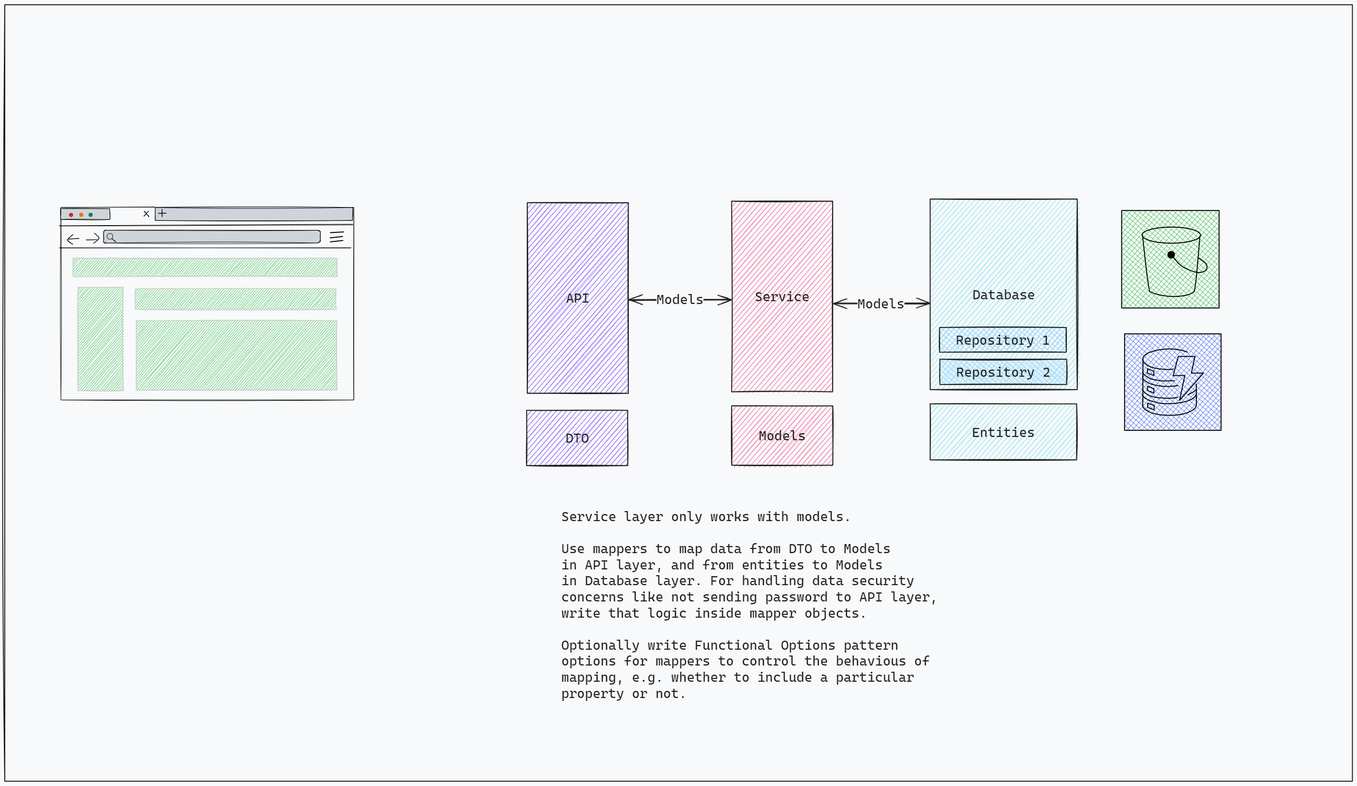
The Excalidraw diagram lld.excalidraw.png in AdityaMayukhSom/omnistream-pipeline, before a commit. Source tidied: one line per element, renumbered; positions are measured from the earlier drawing's top-left corner, leaving out a move shared by most shapes.
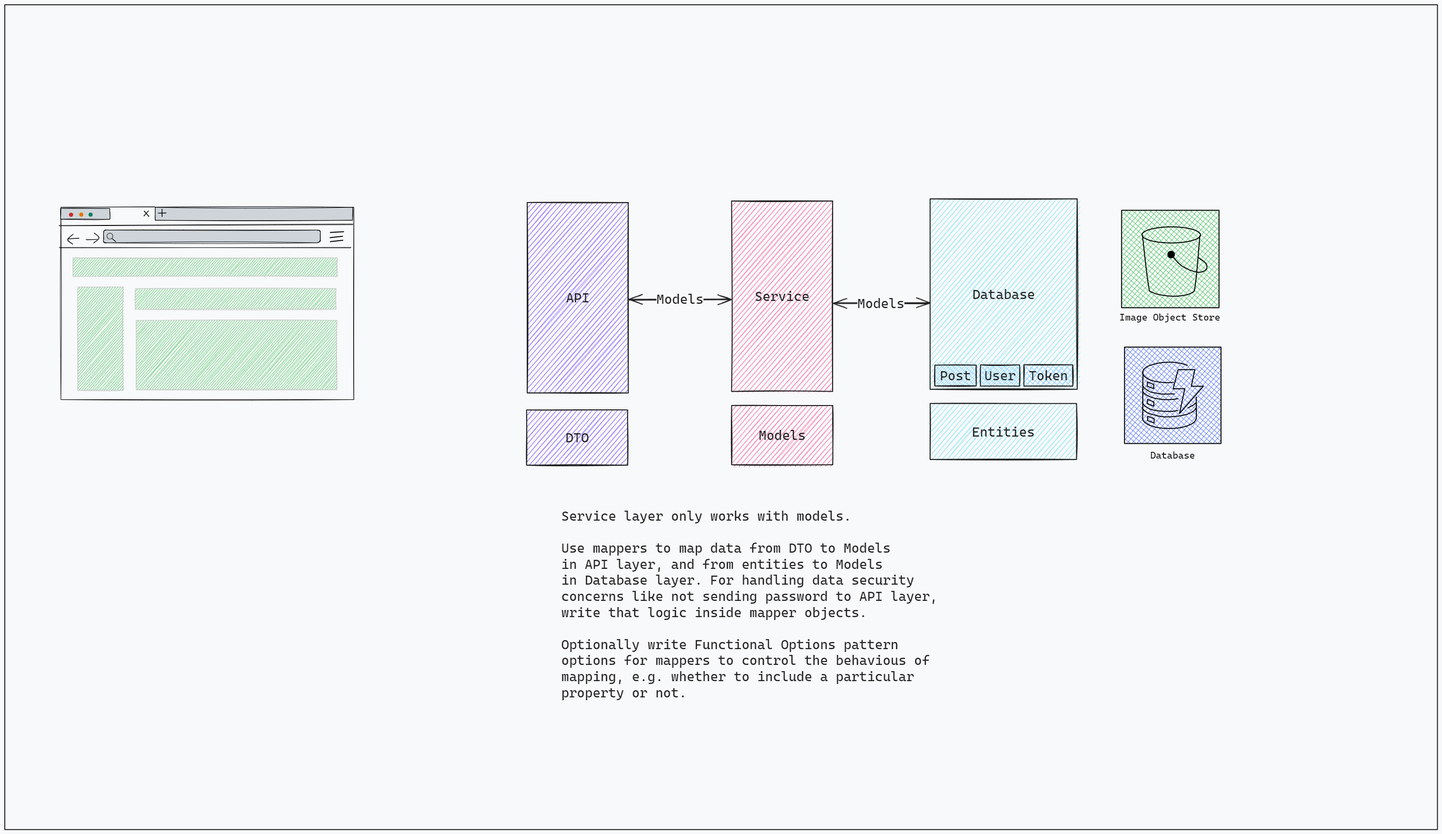
After the commit.

Commit message:
ADD - names of services

What changed in the source:
```diff
@@ -29,20 +29,20 @@
 {"id": 28, "type": "line", "strokeColor": "#000000", "strokeWidth": 2, "roughness": 0, "round": true, "x": 2380, "y": 483, "width": 120, "height": 127, "points": [[0, 0], [12, 101], [21, 119], [64, 127], [102, 120], [111, 100], [120, 0]]}
 {"id": 29, "type": "ellipse", "strokeColor": "#000000", "backgroundColor": "#000", "fillStyle": "solid", "strokeWidth": 1, "roughness": 0, "round": true, "x": 2433, "y": 516, "width": 15, "height": 15}
 {"id": 30, "type": "line", "strokeColor": "#000000", "backgroundColor": "#000", "fillStyle": "solid", "strokeWidth": 2, "roughness": 0, "round": true, "x": 2441, "y": 524, "width": 73, "height": 36, "points": [[0, 0], [22, 23], [53, 36], [72, 32], [73, 18], [56, 6]]}
-{"id": 31, "type": "rectangle", "strokeColor": "#000000", "backgroundColor": "#4c6ef588", "fillStyle": "cross-hatch", "strokeWidth": 2, "roughness": 0, "x": 2343, "y": 688, "width": 202, "height": 202}
+{"id": 31, "type": "rectangle", "strokeColor": "#000000", "backgroundColor": "#4c6ef588", "fillStyle": "cross-hatch", "strokeWidth": 2, "roughness": 0, "x": 2343, "y": 717, "width": 202, "height": 202}
-{"id": 32, "type": "line", "strokeColor": "#000000", "strokeWidth": 2, "roughness": 0, "x": 2455, "y": 736, "width": 63, "height": 92, "points": [[0, 0], [35, 0], [28, 35], [53, 35], [3, 92], [14, 40], [-10, 40], [0, 0]]}
+{"id": 32, "type": "line", "strokeColor": "#000000", "strokeWidth": 2, "roughness": 0, "x": 2455, "y": 764, "width": 63, "height": 92, "points": [[0, 0], [35, 0], [28, 35], [53, 35], [3, 92], [14, 40], [-10, 40], [0, 0]]}
-{"id": 33, "type": "line", "strokeColor": "#000000", "strokeWidth": 2, "roughness": 0, "round": true, "x": 2474, "y": 726, "width": 93, "height": 43, "points": [[0, 0], [-15, -4], [-35, -6], [-60, -4], [-80, 1], [-88, 6], [-92, 11], [-93, 17], [-90, 23], [-81, 30], [-68, 34], [-55, 36], [-41, 37], [-29, 36]]}
+{"id": 33, "type": "line", "strokeColor": "#000000", "strokeWidth": 2, "roughness": 0, "round": true, "x": 2474, "y": 755, "width": 93, "height": 43, "points": [[0, 0], [-15, -4], [-35, -6], [-60, -4], [-80, 1], [-88, 6], [-92, 11], [-93, 17], [-90, 23], [-81, 30], [-68, 34], [-55, 36], [-41, 37], [-29, 36]]}
-{"id": 34, "type": "line", "strokeColor": "#000000", "strokeWidth": 2, "roughness": 0, "round": true, "x": 2381, "y": 741, "width": 0, "height": 98, "points": [[0, 0], [0, 98]]}
+{"id": 34, "type": "line", "strokeColor": "#000000", "strokeWidth": 2, "roughness": 0, "round": true, "x": 2381, "y": 769, "width": 0, "height": 98, "points": [[0, 0], [0, 98]]}
-{"id": 35, "type": "line", "strokeColor": "#000000", "strokeWidth": 2, "roughness": 0, "round": true, "x": 2380, "y": 837, "width": 113, "height": 21, "points": [[0, 0], [1, 5], [6, 10], [14, 15], [26, 19], [39, 21], [55, 21], [72, 21], [86, 18], [100, 14], [109, 8], [113, 1]]}
+{"id": 35, "type": "line", "strokeColor": "#000000", "strokeWidth": 2, "roughness": 0, "round": true, "x": 2380, "y": 865, "width": 113, "height": 21, "points": [[0, 0], [1, 5], [6, 10], [14, 15], [26, 19], [39, 21], [55, 21], [72, 21], [86, 18], [100, 14], [109, 8], [113, 1]]}
-{"id": 36, "type": "line", "strokeColor": "#000000", "strokeWidth": 2, "roughness": 0, "round": true, "x": 2493, "y": 838, "width": 0, "height": 45, "points": [[0, 0], [0, -45]]}
+{"id": 36, "type": "line", "strokeColor": "#000000", "strokeWidth": 2, "roughness": 0, "round": true, "x": 2493, "y": 866, "width": 0, "height": 45, "points": [[0, 0], [0, -45]]}
-{"id": 37, "type": "line", "strokeColor": "#000000", "strokeWidth": 2, "roughness": 0, "round": true, "x": 2381, "y": 767, "width": 66, "height": 20, "points": [[0, 0], [2, 5], [8, 11], [18, 16], [28, 18], [40, 20], [55, 20], [66, 20]]}
+{"id": 37, "type": "line", "strokeColor": "#000000", "strokeWidth": 2, "roughness": 0, "round": true, "x": 2381, "y": 795, "width": 66, "height": 20, "points": [[0, 0], [2, 5], [8, 11], [18, 16], [28, 18], [40, 20], [55, 20], [66, 20]]}
-{"id": 38, "type": "line", "strokeColor": "#000000", "strokeWidth": 2, "roughness": 0, "round": true, "x": 2380, "y": 777, "width": 75, "height": 21, "points": [[0, 0], [1, 5], [7, 11], [18, 16], [32, 20], [48, 21], [64, 21], [75, 19]]}
+{"id": 38, "type": "line", "strokeColor": "#000000", "strokeWidth": 2, "roughness": 0, "round": true, "x": 2380, "y": 805, "width": 75, "height": 21, "points": [[0, 0], [1, 5], [7, 11], [18, 16], [32, 20], [48, 21], [64, 21], [75, 19]]}
-{"id": 39, "type": "line", "strokeColor": "#000000", "strokeWidth": 2, "roughness": 0, "round": true, "x": 2380, "y": 803, "width": 74, "height": 20, "points": [[0, 0], [2, 5], [7, 10], [18, 16], [33, 19], [47, 20], [64, 20], [74, 18]]}
+{"id": 39, "type": "line", "strokeColor": "#000000", "strokeWidth": 2, "roughness": 0, "round": true, "x": 2380, "y": 831, "width": 74, "height": 20, "points": [[0, 0], [2, 5], [7, 10], [18, 16], [33, 19], [47, 20], [64, 20], [74, 18]]}
-{"id": 40, "type": "line", "strokeColor": "#000000", "strokeWidth": 2, "roughness": 0, "round": true, "x": 2380, "y": 815, "width": 114, "height": 21, "points": [[0, 0], [3, 5], [12, 11], [22, 14], [41, 19], [60, 19], [76, 18], [91, 15], [104, 10], [111, 4], [114, -2]]}
+{"id": 40, "type": "line", "strokeColor": "#000000", "strokeWidth": 2, "roughness": 0, "round": true, "x": 2380, "y": 843, "width": 114, "height": 21, "points": [[0, 0], [3, 5], [12, 11], [22, 14], [41, 19], [60, 19], [76, 18], [91, 15], [104, 10], [111, 4], [114, -2]]}
-{"id": 41, "type": "line", "strokeColor": "#000000", "strokeWidth": 2, "roughness": 0, "round": true, "x": 2475, "y": 816, "width": 17, "height": 11, "points": [[0, 0], [12, -7], [17, -11]]}
+{"id": 41, "type": "line", "strokeColor": "#000000", "strokeWidth": 2, "roughness": 0, "round": true, "x": 2475, "y": 844, "width": 17, "height": 11, "points": [[0, 0], [12, -7], [17, -11]]}
-{"id": 42, "type": "line", "strokeColor": "#000000", "strokeWidth": 2, "roughness": 0, "x": 2391, "y": 761, "width": 14, "height": 14, "points": [[0, 0], [13, 5], [13, 14], [0, 9], [0, 0]]}
+{"id": 42, "type": "line", "strokeColor": "#000000", "strokeWidth": 2, "roughness": 0, "x": 2391, "y": 790, "width": 14, "height": 14, "points": [[0, 0], [13, 5], [13, 14], [0, 9], [0, 0]]}
-{"id": 43, "type": "line", "strokeColor": "#000000", "strokeWidth": 2, "roughness": 0, "x": 2391, "y": 798, "width": 14, "height": 14, "points": [[0, 0], [13, 5], [13, 14], [0, 9], [0, 0]]}
+{"id": 43, "type": "line", "strokeColor": "#000000", "strokeWidth": 2, "roughness": 0, "x": 2391, "y": 826, "width": 14, "height": 14, "points": [[0, 0], [13, 5], [13, 14], [0, 9], [0, 0]]}
-{"id": 44, "type": "line", "strokeColor": "#000000", "strokeWidth": 2, "roughness": 0, "x": 2391, "y": 833, "width": 14, "height": 14, "points": [[0, 0], [13, 5], [13, 14], [0, 9], [0, 0]]}
+{"id": 44, "type": "line", "strokeColor": "#000000", "strokeWidth": 2, "roughness": 0, "x": 2391, "y": 861, "width": 14, "height": 14, "points": [[0, 0], [13, 5], [13, 14], [0, 9], [0, 0]]}
 {"id": 45, "type": "arrow", "strokeColor": "#1e1e1e", "backgroundColor": "#a5d8ff", "fillStyle": "cross-hatch", "strokeWidth": 2, "roughness": 1, "startArrowhead": "arrow", "endArrowhead": "arrow", "round": true, "from": 53, "to": 57, "x": 1733, "y": 624, "width": 200, "height": 0, "points": [[0, 0], [200, 0]]}
 {"id": 46, "type": "text", "text": "Models", "strokeColor": "#1e1e1e", "backgroundColor": "#a5d8ff", "fillStyle": "cross-hatch", "strokeWidth": 2, "roughness": 1, "fontSize": 28, "fontFamily": 3, "textAlign": "center", "verticalAlign": "middle", "inside": 45, "x": 1773, "y": 548, "width": 98, "height": 34}
 {"id": 47, "type": "arrow", "strokeColor": "#1e1e1e", "backgroundColor": "#a5d8ff", "fillStyle": "cross-hatch", "strokeWidth": 2, "roughness": 1, "startArrowhead": "arrow", "endArrowhead": "arrow", "round": true, "from": 53, "to": 49, "x": 1520, "y": 616, "width": 214, "height": 0, "points": [[0, 0], [-214, 0]]}
@@ -59,9 +59,13 @@
 {"id": 58, "type": "text", "text": "Database", "strokeColor": "#1e1e1e", "strokeWidth": 1, "roughness": 0, "fontSize": 28, "fontFamily": 3, "textAlign": "center", "verticalAlign": "middle", "inside": 57, "x": 2024, "y": 589, "width": 131, "height": 34}
 {"id": 59, "type": "rectangle", "strokeColor": "#1e1e1e", "backgroundColor": "#99e9f2", "fillStyle": "hachure", "strokeWidth": 2, "roughness": 1, "x": 1936, "y": 835, "width": 306, "height": 117}
 {"id": 60, "type": "text", "text": "Entities", "strokeColor": "#1e1e1e", "strokeWidth": 1, "roughness": 0, "fontSize": 28, "fontFamily": 3, "textAlign": "center", "verticalAlign": "middle", "inside": 59, "x": 2024, "y": 877, "width": 131, "height": 34}
-{"id": 61, "type": "rectangle", "strokeColor": "#1e1e1e", "backgroundColor": "#a5d8ff", "fillStyle": "cross-hatch", "strokeWidth": 2, "roughness": 1, "x": 1956, "y": 741, "width": 265, "height": 53}
+{"id": 61, "type": "rectangle", "strokeColor": "#1e1e1e", "backgroundColor": "#a5d8ff", "fillStyle": "cross-hatch", "strokeWidth": 2, "roughness": 1, "x": 2041, "y": 754, "width": 82, "height": 45}
-{"id": 62, "type": "text", "text": "Repository 2", "strokeColor": "#1e1e1e", "backgroundColor": "#a5d8ff", "fillStyle": "cross-hatch", "strokeWidth": 2, "roughness": 1, "fontSize": 28, "fontFamily": 3, "textAlign": "center", "verticalAlign": "middle", "inside": 61, "x": 1991, "y": 751, "width": 197, "height": 34}
+{"id": 62, "type": "text", "text": "User", "strokeColor": "#1e1e1e", "backgroundColor": "#a5d8ff", "fillStyle": "cross-hatch", "strokeWidth": 2, "roughness": 1, "fontSize": 28, "fontFamily": 3, "textAlign": "center", "verticalAlign": "middle", "inside": 61, "x": 2049, "y": 759, "width": 66, "height": 34}
-{"id": 63, "type": "rectangle", "strokeColor": "#1e1e1e", "backgroundColor": "#a5d8ff", "fillStyle": "cross-hatch", "strokeWidth": 2, "roughness": 1, "x": 1956, "y": 675, "width": 265, "height": 52}
+{"id": 63, "type": "rectangle", "strokeColor": "#1e1e1e", "backgroundColor": "#a5d8ff", "fillStyle": "cross-hatch", "strokeWidth": 2, "roughness": 1, "x": 1946, "y": 754, "width": 87, "height": 44}
-{"id": 64, "type": "text", "text": "Repository 1", "strokeColor": "#1e1e1e", "backgroundColor": "#a5d8ff", "fillStyle": "cross-hatch", "strokeWidth": 2, "roughness": 1, "fontSize": 28, "fontFamily": 3, "textAlign": "center", "verticalAlign": "middle", "inside": 63, "x": 1990, "y": 684, "width": 197, "height": 34}
+{"id": 64, "type": "text", "text": "Post", "strokeColor": "#1e1e1e", "backgroundColor": "#a5d8ff", "fillStyle": "cross-hatch", "strokeWidth": 2, "roughness": 1, "fontSize": 28, "fontFamily": 3, "textAlign": "center", "verticalAlign": "middle", "inside": 63, "x": 1956, "y": 759, "width": 66, "height": 34}
 {"id": 65, "type": "text", "text": "Service layer only works with models.\n\nUse mappers to map data from DTO to Models\nin API layer, and from entities to Models\nin Database layer. For handling data security \nconcerns like not sending password to API layer,\nwrite that logic inside mapper objects.\n\nOptionally write Functional Options pattern \noptions for mappers to control the behavious of \nmapping, e.g. whether to include a particular \nproperty or not.", "strokeColor": "#1e1e1e", "backgroundColor": "#a5d8ff", "fillStyle": "cross-hatch", "strokeWidth": 2, "roughness": 1, "fontSize": 28, "fontFamily": 3, "x": 1164, "y": 1054, "width": 788, "height": 403}
-{"id": 66, "type": "rectangle", "strokeColor": "#1e1e1e", "strokeWidth": 2, "roughness": 1, "x": 0, "y": 0, "width": 2819, "height": 1624}
+{"id": 66, "type": "rectangle", "strokeColor": "#1e1e1e", "strokeWidth": 2, "roughness": 0, "x": 0, "y": 0, "width": 2997, "height": 1727}
+{"id": 67, "type": "text", "text": "Image Object Store", "strokeColor": "#000000", "strokeWidth": 2, "roughness": 0, "fontSize": 20, "fontFamily": 3, "textAlign": "center", "x": 2332, "y": 642, "width": 211, "height": 24}
+{"id": 68, "type": "text", "text": "Database", "strokeColor": "#000000", "strokeWidth": 2, "roughness": 0, "fontSize": 20, "fontFamily": 3, "textAlign": "center", "x": 2396, "y": 931, "width": 94, "height": 24}
+{"id": 69, "type": "rectangle", "strokeColor": "#1e1e1e", "backgroundColor": "#a5d8ff", "fillStyle": "cross-hatch", "strokeWidth": 2, "roughness": 1, "x": 2132, "y": 754, "width": 102, "height": 45}
+{"id": 70, "type": "text", "text": "Token", "strokeColor": "#1e1e1e", "backgroundColor": "#a5d8ff", "fillStyle": "cross-hatch", "strokeWidth": 2, "roughness": 1, "fontSize": 28, "fontFamily": 3, "textAlign": "center", "verticalAlign": "middle", "inside": 69, "x": 2142, "y": 759, "width": 82, "height": 34}
```
